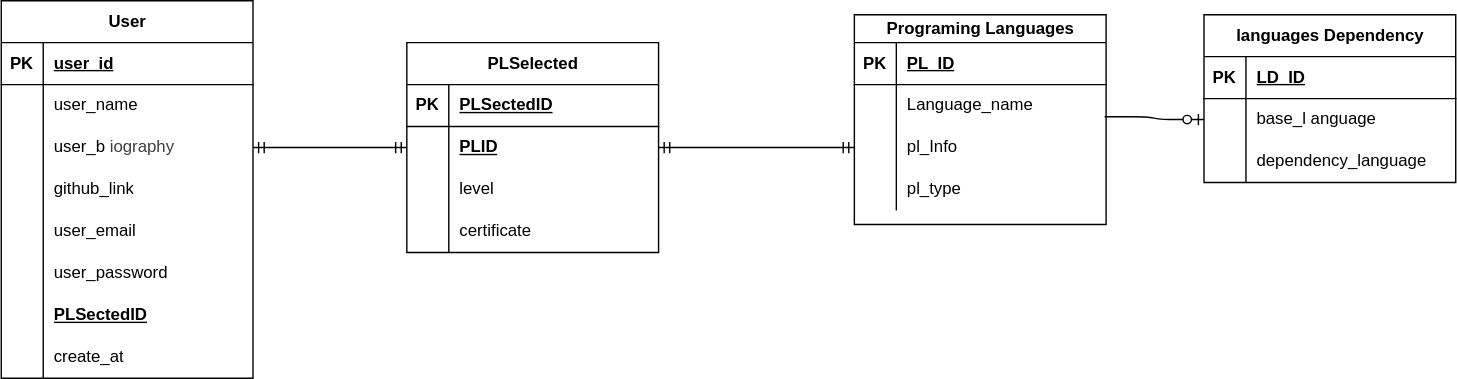
The draw.io diagram DB-Coding-Habit/postgres/DiagramaDBV1.drawio.svg in DailyCodingSoft/CodingHabit, before a commit. Source tidied: cells renumbered, new cells last; positions are measured from the earlier drawing's top-left corner, leaving out a move shared by most shapes.
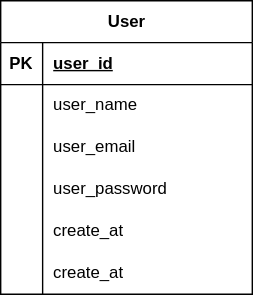
After the change.

Commit message:
Refinamiento idea MongoDB

What changed in the source:
```diff
@@ -3,7 +3,7 @@
     <mxCell id="0" />
     <mxCell id="1" parent="0" />
     <mxCell id="2" value="User" style="shape=table;startSize=30;rowLines=0;fontStyle=1;align=center;html=1;" parent="1" vertex="1">
-      <mxGeometry width="180" height="270" as="geometry" />
+      <mxGeometry width="180" height="210" as="geometry" />
     </mxCell>
     <mxCell id="3" style="shape=tableRow;horizontal=0;startSize=0;swimlaneHead=0;swimlaneBody=0;fillColor=none;top=0;left=0;right=0;bottom=1;" parent="2" vertex="1">
       <mxGeometry y="30" width="180" height="30" as="geometry" />
@@ -23,26 +23,8 @@
     <mxCell id="8" value="user_name" style="shape=partialRectangle;fillColor=none;top=0;left=0;bottom=0;right=0;align=left;spacingLeft=6;overflow=hidden;whiteSpace=wrap;html=1;" parent="6" vertex="1">
       <mxGeometry x="30" width="150" height="30" as="geometry" />
     </mxCell>
-    <mxCell id="9" style="shape=tableRow;horizontal=0;startSize=0;swimlaneHead=0;swimlaneBody=0;fillColor=none;points=[[0,0.5],[1,0.5]];portConstraint=eastwest;top=0;left=0;right=0;bottom=0;" parent="2" vertex="1">
-      <mxGeometry y="90" width="180" height="30" as="geometry" />
-    </mxCell>
-    <mxCell id="10" style="shape=partialRectangle;fillColor=none;top=0;left=0;bottom=0;right=0;overflow=hidden;whiteSpace=wrap;html=1;" parent="9" vertex="1">
-      <mxGeometry width="30" height="30" as="geometry" />
-    </mxCell>
-    <mxCell id="11" value="user_b&lt;span style=&quot;color: rgb(63, 63, 63); background-color: transparent;&quot;&gt;iography&lt;/span&gt;" style="shape=partialRectangle;fillColor=none;top=0;left=0;bottom=0;right=0;align=left;spacingLeft=6;overflow=hidden;whiteSpace=wrap;html=1;" parent="9" vertex="1">
-      <mxGeometry x="30" width="150" height="30" as="geometry" />
-    </mxCell>
-    <mxCell id="12" style="shape=tableRow;horizontal=0;startSize=0;swimlaneHead=0;swimlaneBody=0;fillColor=none;top=0;left=0;right=0;bottom=0;" parent="2" vertex="1">
-      <mxGeometry y="120" width="180" height="30" as="geometry" />
-    </mxCell>
-    <mxCell id="13" style="shape=partialRectangle;fillColor=none;top=0;left=0;bottom=0;right=0;overflow=hidden;whiteSpace=wrap;html=1;" parent="12" vertex="1">
-      <mxGeometry width="30" height="30" as="geometry" />
-    </mxCell>
-    <mxCell id="14" value="github_link" style="shape=partialRectangle;fillColor=none;top=0;left=0;bottom=0;right=0;align=left;spacingLeft=6;overflow=hidden;whiteSpace=wrap;html=1;" parent="12" vertex="1">
-      <mxGeometry x="30" width="150" height="30" as="geometry" />
-    </mxCell>
     <mxCell id="15" style="shape=tableRow;horizontal=0;startSize=0;swimlaneHead=0;swimlaneBody=0;fillColor=none;top=0;left=0;right=0;bottom=0;" parent="2" vertex="1">
-      <mxGeometry y="150" width="180" height="30" as="geometry" />
+      <mxGeometry y="90" width="180" height="30" as="geometry" />
     </mxCell>
     <mxCell id="16" style="shape=partialRectangle;fillColor=none;top=0;left=0;bottom=0;right=0;overflow=hidden;whiteSpace=wrap;html=1;" parent="15" vertex="1">
       <mxGeometry width="30" height="30" as="geometry" />
@@ -51,7 +33,7 @@
       <mxGeometry x="30" width="150" height="30" as="geometry" />
     </mxCell>
     <mxCell id="18" style="shape=tableRow;horizontal=0;startSize=0;swimlaneHead=0;swimlaneBody=0;fillColor=none;top=0;left=0;right=0;bottom=0;" parent="2" vertex="1">
-      <mxGeometry y="180" width="180" height="30" as="geometry" />
+      <mxGeometry y="120" width="180" height="30" as="geometry" />
     </mxCell>
     <mxCell id="19" style="shape=partialRectangle;fillColor=none;top=0;left=0;bottom=0;right=0;overflow=hidden;whiteSpace=wrap;html=1;" parent="18" vertex="1">
       <mxGeometry width="30" height="30" as="geometry" />
@@ -59,17 +41,8 @@
     <mxCell id="20" value="user_password" style="shape=partialRectangle;fillColor=none;top=0;left=0;bottom=0;right=0;align=left;spacingLeft=6;overflow=hidden;whiteSpace=wrap;html=1;" parent="18" vertex="1">
       <mxGeometry x="30" width="150" height="30" as="geometry" />
     </mxCell>
-    <mxCell id="21" style="shape=tableRow;horizontal=0;startSize=0;swimlaneHead=0;swimlaneBody=0;fillColor=none;top=0;left=0;right=0;bottom=0;" parent="2" vertex="1">
-      <mxGeometry y="210" width="180" height="30" as="geometry" />
-    </mxCell>
-    <mxCell id="22" style="shape=partialRectangle;fillColor=none;top=0;left=0;bottom=0;right=0;overflow=hidden;whiteSpace=wrap;html=1;" parent="21" vertex="1">
-      <mxGeometry width="30" height="30" as="geometry" />
-    </mxCell>
-    <mxCell id="23" value="&lt;span style=&quot;color: rgb(0, 0, 0); font-weight: 700; text-decoration-line: underline;&quot;&gt;PLSectedID&lt;/span&gt;" style="shape=partialRectangle;fillColor=none;top=0;left=0;bottom=0;right=0;align=left;spacingLeft=6;overflow=hidden;whiteSpace=wrap;html=1;" parent="21" vertex="1">
-      <mxGeometry x="30" width="150" height="30" as="geometry" />
-    </mxCell>
     <mxCell id="24" style="shape=tableRow;horizontal=0;startSize=0;swimlaneHead=0;swimlaneBody=0;fillColor=none;top=0;left=0;right=0;bottom=0;" parent="2" vertex="1">
-      <mxGeometry y="240" width="180" height="30" as="geometry" />
+      <mxGeometry y="150" width="180" height="30" as="geometry" />
     </mxCell>
     <mxCell id="25" style="shape=partialRectangle;fillColor=none;top=0;left=0;bottom=0;right=0;overflow=hidden;whiteSpace=wrap;html=1;" parent="24" vertex="1">
       <mxGeometry width="30" height="30" as="geometry" />
@@ -77,122 +50,14 @@
     <mxCell id="26" value="create_at" style="shape=partialRectangle;fillColor=none;top=0;left=0;bottom=0;right=0;align=left;spacingLeft=6;overflow=hidden;whiteSpace=wrap;html=1;" parent="24" vertex="1">
       <mxGeometry x="30" width="150" height="30" as="geometry" />
     </mxCell>
-    <mxCell id="27" value="Programing Languages" style="shape=table;startSize=20;rowLines=0;fontStyle=1;align=center;html=1;" parent="1" vertex="1">
-      <mxGeometry x="610" y="10" width="180" height="150" as="geometry" />
-    </mxCell>
-    <mxCell id="28" style="shape=tableRow;horizontal=0;startSize=0;swimlaneHead=0;swimlaneBody=0;fillColor=none;top=0;left=0;right=0;bottom=1;" parent="27" vertex="1">
-      <mxGeometry y="20" width="180" height="30" as="geometry" />
-    </mxCell>
-    <mxCell id="29" value="PK" style="shape=partialRectangle;fillColor=none;top=0;left=0;bottom=0;right=0;fontStyle=1;overflow=hidden;whiteSpace=wrap;html=1;" parent="28" vertex="1">
-      <mxGeometry width="30" height="30" as="geometry" />
-    </mxCell>
-    <mxCell id="30" value="PL_ID" style="shape=partialRectangle;fillColor=none;top=0;left=0;bottom=0;right=0;align=left;spacingLeft=6;fontStyle=5;overflow=hidden;whiteSpace=wrap;html=1;" parent="28" vertex="1">
-      <mxGeometry x="30" width="150" height="30" as="geometry" />
-    </mxCell>
-    <mxCell id="31" style="shape=tableRow;horizontal=0;startSize=0;swimlaneHead=0;swimlaneBody=0;fillColor=none;points=[[0,0.5],[1,0.5]];portConstraint=eastwest;top=0;left=0;right=0;bottom=0;" parent="27" vertex="1">
-      <mxGeometry y="50" width="180" height="30" as="geometry" />
-    </mxCell>
-    <mxCell id="32" style="shape=partialRectangle;fillColor=none;top=0;left=0;bottom=0;right=0;overflow=hidden;whiteSpace=wrap;html=1;" parent="31" vertex="1">
-      <mxGeometry width="30" height="30" as="geometry" />
-    </mxCell>
-    <mxCell id="33" value="Language_name" style="shape=partialRectangle;fillColor=none;top=0;left=0;bottom=0;right=0;align=left;spacingLeft=6;overflow=hidden;whiteSpace=wrap;html=1;" parent="31" vertex="1">
-      <mxGeometry x="30" width="150" height="30" as="geometry" />
-    </mxCell>
-    <mxCell id="34" style="shape=tableRow;horizontal=0;startSize=0;swimlaneHead=0;swimlaneBody=0;fillColor=none;points=[[0,0.5],[1,0.5]];portConstraint=eastwest;top=0;left=0;right=0;bottom=0;" parent="27" vertex="1">
-      <mxGeometry y="80" width="180" height="30" as="geometry" />
-    </mxCell>
-    <mxCell id="35" style="shape=partialRectangle;fillColor=none;top=0;left=0;bottom=0;right=0;overflow=hidden;whiteSpace=wrap;html=1;" parent="34" vertex="1">
-      <mxGeometry width="30" height="30" as="geometry" />
-    </mxCell>
-    <mxCell id="36" value="pl_Info" style="shape=partialRectangle;fillColor=none;top=0;left=0;bottom=0;right=0;align=left;spacingLeft=6;overflow=hidden;whiteSpace=wrap;html=1;" parent="34" vertex="1">
-      <mxGeometry x="30" width="150" height="30" as="geometry" />
-    </mxCell>
-    <mxCell id="37" style="shape=tableRow;horizontal=0;startSize=0;swimlaneHead=0;swimlaneBody=0;fillColor=none;top=0;left=0;right=0;bottom=0;" parent="27" vertex="1">
-      <mxGeometry y="110" width="180" height="30" as="geometry" />
-    </mxCell>
-    <mxCell id="38" style="shape=partialRectangle;fillColor=none;top=0;left=0;bottom=0;right=0;overflow=hidden;whiteSpace=wrap;html=1;" parent="37" vertex="1">
-      <mxGeometry width="30" height="30" as="geometry" />
-    </mxCell>
-    <mxCell id="39" value="pl_type" style="shape=partialRectangle;fillColor=none;top=0;left=0;bottom=0;right=0;align=left;spacingLeft=6;overflow=hidden;whiteSpace=wrap;html=1;" parent="37" vertex="1">
-      <mxGeometry x="30" width="150" height="30" as="geometry" />
-    </mxCell>
-    <mxCell id="40" style="edgeStyle=entityRelationEdgeStyle;fontSize=12;html=1;endArrow=ERmandOne;startArrow=ERmandOne;exitX=1;exitY=0.5;exitDx=0;exitDy=0;" parent="1" edge="1" source="9" target="41">
-      <mxGeometry relative="1" as="geometry" />
-    </mxCell>
-    <mxCell id="41" value="PLSelected" style="shape=table;startSize=30;rowLines=0;fontStyle=1;align=center;html=1;" parent="1" vertex="1">
-      <mxGeometry x="290" y="30" width="180" height="150" as="geometry" />
-    </mxCell>
-    <mxCell id="42" style="shape=tableRow;horizontal=0;startSize=0;swimlaneHead=0;swimlaneBody=0;fillColor=none;top=0;left=0;right=0;bottom=1;" parent="41" vertex="1">
-      <mxGeometry y="30" width="180" height="30" as="geometry" />
-    </mxCell>
-    <mxCell id="43" value="PK" style="shape=partialRectangle;fillColor=none;top=0;left=0;bottom=0;right=0;fontStyle=1;overflow=hidden;whiteSpace=wrap;html=1;" parent="42" vertex="1">
-      <mxGeometry width="30" height="30" as="geometry" />
-    </mxCell>
-    <mxCell id="44" value="PLSectedID" style="shape=partialRectangle;fillColor=none;top=0;left=0;bottom=0;right=0;align=left;spacingLeft=6;fontStyle=5;overflow=hidden;whiteSpace=wrap;html=1;" parent="42" vertex="1">
-      <mxGeometry x="30" width="150" height="30" as="geometry" />
-    </mxCell>
-    <mxCell id="45" style="shape=tableRow;horizontal=0;startSize=0;swimlaneHead=0;swimlaneBody=0;fillColor=none;points=[[0,0.5],[1,0.5]];portConstraint=eastwest;top=0;left=0;right=0;bottom=0;" parent="41" vertex="1">
-      <mxGeometry y="60" width="180" height="30" as="geometry" />
-    </mxCell>
-    <mxCell id="46" style="shape=partialRectangle;fillColor=none;top=0;left=0;bottom=0;right=0;overflow=hidden;whiteSpace=wrap;html=1;" parent="45" vertex="1">
-      <mxGeometry width="30" height="30" as="geometry" />
-    </mxCell>
-    <mxCell id="47" value="&lt;span style=&quot;color: rgb(0, 0, 0); font-weight: 700; text-decoration-line: underline;&quot;&gt;PLID&lt;/span&gt;" style="shape=partialRectangle;fillColor=none;top=0;left=0;bottom=0;right=0;align=left;spacingLeft=6;overflow=hidden;whiteSpace=wrap;html=1;" parent="45" vertex="1">
-      <mxGeometry x="30" width="150" height="30" as="geometry" />
-    </mxCell>
-    <mxCell id="48" style="shape=tableRow;horizontal=0;startSize=0;swimlaneHead=0;swimlaneBody=0;fillColor=none;top=0;left=0;right=0;bottom=0;" parent="41" vertex="1">
-      <mxGeometry y="90" width="180" height="30" as="geometry" />
-    </mxCell>
-    <mxCell id="49" style="shape=partialRectangle;fillColor=none;top=0;left=0;bottom=0;right=0;overflow=hidden;whiteSpace=wrap;html=1;" parent="48" vertex="1">
-      <mxGeometry width="30" height="30" as="geometry" />
-    </mxCell>
-    <mxCell id="50" value="level" style="shape=partialRectangle;fillColor=none;top=0;left=0;bottom=0;right=0;align=left;spacingLeft=6;overflow=hidden;whiteSpace=wrap;html=1;" parent="48" vertex="1">
-      <mxGeometry x="30" width="150" height="30" as="geometry" />
-    </mxCell>
-    <mxCell id="51" style="shape=tableRow;horizontal=0;startSize=0;swimlaneHead=0;swimlaneBody=0;fillColor=none;top=0;left=0;right=0;bottom=0;" parent="41" vertex="1">
-      <mxGeometry y="120" width="180" height="30" as="geometry" />
-    </mxCell>
-    <mxCell id="52" style="shape=partialRectangle;fillColor=none;top=0;left=0;bottom=0;right=0;overflow=hidden;whiteSpace=wrap;html=1;" parent="51" vertex="1">
-      <mxGeometry width="30" height="30" as="geometry" />
-    </mxCell>
-    <mxCell id="53" value="certificate" style="shape=partialRectangle;fillColor=none;top=0;left=0;bottom=0;right=0;align=left;spacingLeft=6;overflow=hidden;whiteSpace=wrap;html=1;" parent="51" vertex="1">
-      <mxGeometry x="30" width="150" height="30" as="geometry" />
-    </mxCell>
-    <mxCell id="54" style="edgeStyle=entityRelationEdgeStyle;fontSize=12;html=1;endArrow=ERmandOne;startArrow=ERmandOne;entryX=0;entryY=0.5;entryDx=0;entryDy=0;exitX=1;exitY=0.5;exitDx=0;exitDy=0;" parent="1" edge="1" source="45" target="34">
-      <mxGeometry relative="1" as="geometry" />
-    </mxCell>
-    <mxCell id="55" value="languages Dependency" style="shape=table;startSize=30;rowLines=0;fontStyle=1;align=center;html=1;" parent="1" vertex="1">
-      <mxGeometry x="860" y="10" width="180" height="120" as="geometry" />
-    </mxCell>
-    <mxCell id="56" style="shape=tableRow;horizontal=0;startSize=0;swimlaneHead=0;swimlaneBody=0;fillColor=none;top=0;left=0;right=0;bottom=1;" parent="55" vertex="1">
-      <mxGeometry y="30" width="180" height="30" as="geometry" />
-    </mxCell>
-    <mxCell id="57" value="PK" style="shape=partialRectangle;fillColor=none;top=0;left=0;bottom=0;right=0;fontStyle=1;overflow=hidden;whiteSpace=wrap;html=1;" parent="56" vertex="1">
-      <mxGeometry width="30" height="30" as="geometry" />
-    </mxCell>
-    <mxCell id="58" value="LD_ID" style="shape=partialRectangle;fillColor=none;top=0;left=0;bottom=0;right=0;align=left;spacingLeft=6;fontStyle=5;overflow=hidden;whiteSpace=wrap;html=1;" parent="56" vertex="1">
-      <mxGeometry x="30" width="150" height="30" as="geometry" />
-    </mxCell>
-    <mxCell id="59" style="shape=tableRow;horizontal=0;startSize=0;swimlaneHead=0;swimlaneBody=0;fillColor=none;points=[[0,0.5],[1,0.5]];portConstraint=eastwest;top=0;left=0;right=0;bottom=0;" parent="55" vertex="1">
-      <mxGeometry y="60" width="180" height="30" as="geometry" />
-    </mxCell>
-    <mxCell id="60" style="shape=partialRectangle;fillColor=none;top=0;left=0;bottom=0;right=0;overflow=hidden;whiteSpace=wrap;html=1;" parent="59" vertex="1">
-      <mxGeometry width="30" height="30" as="geometry" />
-    </mxCell>
-    <mxCell id="61" value="&lt;span style=&quot;color: rgb(0, 0, 0);&quot;&gt;base_l&lt;/span&gt;anguage" style="shape=partialRectangle;fillColor=none;top=0;left=0;bottom=0;right=0;align=left;spacingLeft=6;overflow=hidden;whiteSpace=wrap;html=1;" parent="59" vertex="1">
-      <mxGeometry x="30" width="150" height="30" as="geometry" />
-    </mxCell>
-    <mxCell id="62" style="shape=tableRow;horizontal=0;startSize=0;swimlaneHead=0;swimlaneBody=0;fillColor=none;top=0;left=0;right=0;bottom=0;" parent="55" vertex="1">
-      <mxGeometry y="90" width="180" height="30" as="geometry" />
-    </mxCell>
-    <mxCell id="63" style="shape=partialRectangle;fillColor=none;top=0;left=0;bottom=0;right=0;overflow=hidden;whiteSpace=wrap;html=1;" parent="62" vertex="1">
-      <mxGeometry width="30" height="30" as="geometry" />
-    </mxCell>
-    <mxCell id="64" value="dependency_language" style="shape=partialRectangle;fillColor=none;top=0;left=0;bottom=0;right=0;align=left;spacingLeft=6;overflow=hidden;whiteSpace=wrap;html=1;" parent="62" vertex="1">
-      <mxGeometry x="30" width="150" height="30" as="geometry" />
+    <mxCell id="64" style="shape=tableRow;horizontal=0;startSize=0;swimlaneHead=0;swimlaneBody=0;fillColor=none;top=0;left=0;right=0;bottom=0;" parent="2" vertex="1">
+      <mxGeometry y="180" width="180" height="30" as="geometry" />
     </mxCell>
-    <mxCell id="65" style="edgeStyle=entityRelationEdgeStyle;fontSize=12;html=1;endArrow=ERzeroToOne;endFill=1;exitX=0.994;exitY=0.767;exitDx=0;exitDy=0;exitPerimeter=0;entryX=0;entryY=0.5;entryDx=0;entryDy=0;" parent="1" edge="1" source="31" target="59">
-      <mxGeometry relative="1" as="geometry" />
-    </mxCell>
+    <mxCell id="66" style="shape=partialRectangle;fillColor=none;top=0;left=0;bottom=0;right=0;overflow=hidden;whiteSpace=wrap;html=1;" parent="64" vertex="1">
+      <mxGeometry width="30" height="30" as="geometry" />
+    </mxCell>
+    <mxCell id="67" value="create_at" style="shape=partialRectangle;fillColor=none;top=0;left=0;bottom=0;right=0;align=left;spacingLeft=6;overflow=hidden;whiteSpace=wrap;html=1;" parent="64" vertex="1">
+      <mxGeometry x="30" width="150" height="30" as="geometry" />
+    </mxCell>
   </root>
 </mxGraphModel>
```
